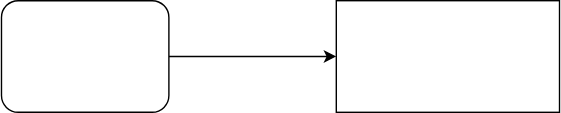
Above: test-diagram.svg in YuriyGorvitovskiy/state-parts (draw.io), before the change. Source tidied: cells renumbered, new cells last; positions are measured from the earlier drawing's top-left corner, leaving out a move shared by most shapes. Its diagram source:
```xml
<mxGraphModel>
  <root>
    <mxCell id="0" />
    <mxCell id="1" parent="0" />
    <mxCell id="2" style="edgeStyle=orthogonalEdgeStyle;rounded=0;jettySize=auto;html=1;exitX=1;exitY=0.5;exitDx=0;exitDy=0;" parent="1" edge="1" source="3">
      <mxGeometry relative="1" as="geometry">
        <mxPoint x="240" y="40" as="targetPoint" />
      </mxGeometry>
    </mxCell>
    <mxCell id="3" style="rounded=1;whiteSpace=wrap;html=1;" parent="1" vertex="1">
      <mxGeometry width="120" height="80" as="geometry" />
    </mxCell>
    <mxCell id="4" style="rounded=0;whiteSpace=wrap;html=1;" parent="1" vertex="1">
      <mxGeometry x="240" width="160" height="80" as="geometry" />
    </mxCell>
  </root>
</mxGraphModel>
```
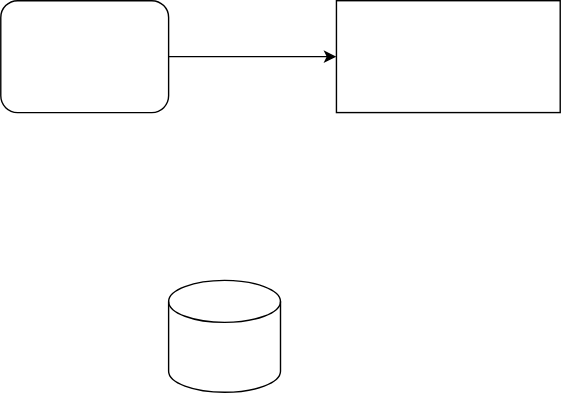
The same diagram one commit later.

The edit, as a diff of the source:
```diff
@@ -13,5 +13,8 @@
     <mxCell id="4" style="rounded=0;whiteSpace=wrap;html=1;" parent="1" vertex="1">
       <mxGeometry x="240" width="160" height="80" as="geometry" />
     </mxCell>
+    <mxCell id="5" style="shape=cylinder3;whiteSpace=wrap;html=1;boundedLbl=1;backgroundOutline=1;size=15;" parent="1" vertex="1">
+      <mxGeometry x="120" y="200" width="80" height="80" as="geometry" />
+    </mxCell>
   </root>
 </mxGraphModel>
```
